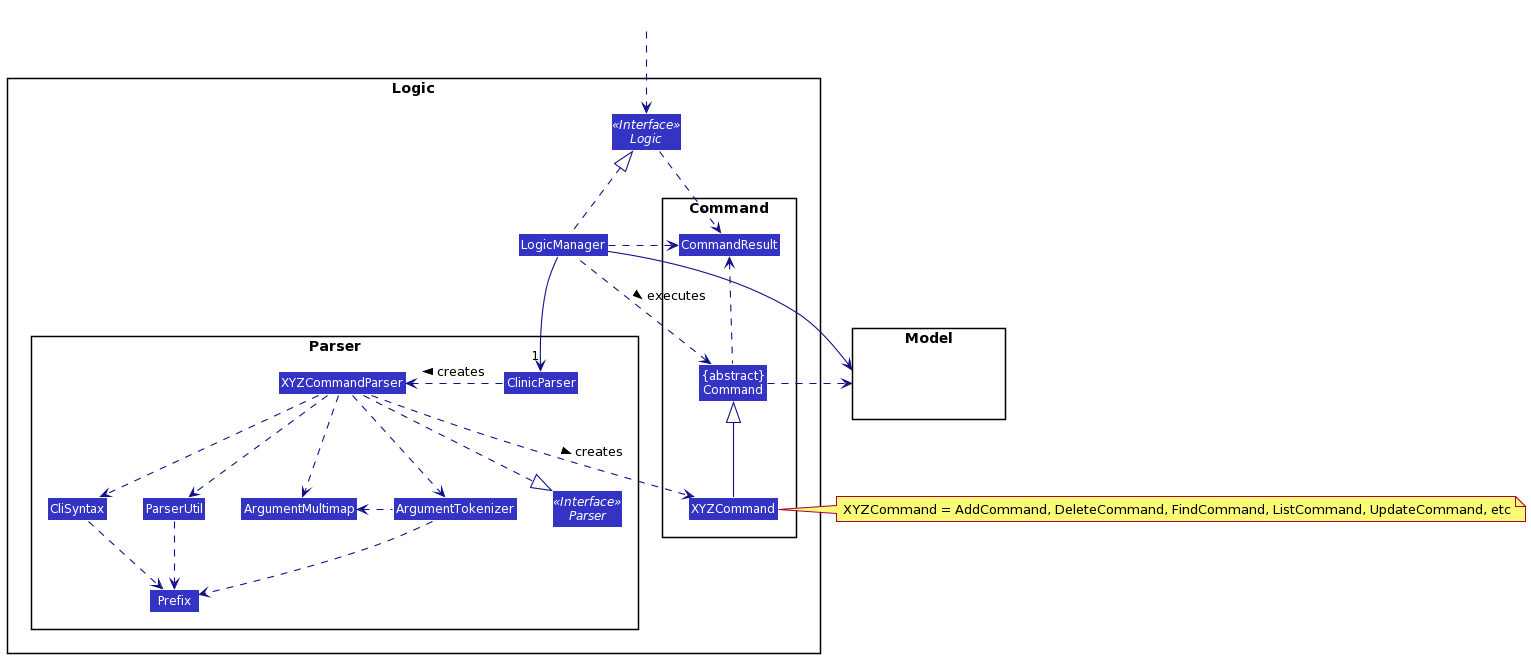
This is docs/images/LogicClassDiagram.png from tohyuting/tp, a PlantUML export, as it was before one commit. The source it was exported from:
```plantuml
@startuml
!define UI_COLOR #1D8900
!define UI_COLOR_T1 #83E769
!define UI_COLOR_T2 #3FC71B
!define UI_COLOR_T3 #166800
!define UI_COLOR_T4 #0E4100

!define LOGIC_COLOR #3333C4
!define LOGIC_COLOR_T1 #C8C8FA
!define LOGIC_COLOR_T2 #6A6ADC
!define LOGIC_COLOR_T3 #1616B0
!define LOGIC_COLOR_T4 #101086

!define MODEL_COLOR #9D0012
!define MODEL_COLOR_T1 #F97181
!define MODEL_COLOR_T2 #E41F36
!define MODEL_COLOR_T3 #7B000E
!define MODEL_COLOR_T4 #51000A

!define STORAGE_COLOR #A38300
!define STORAGE_COLOR_T1 #FFE374
!define STORAGE_COLOR_T2 #EDC520
!define STORAGE_COLOR_T3 #806600
!define STORAGE_COLOR_T2 #544400

!define USER_COLOR #000000

skinparam BackgroundColor #FFFFFFF

skinparam Shadowing false

skinparam Class {
    FontColor #FFFFFF
    BorderThickness 1
    BorderColor #FFFFFF
    StereotypeFontColor #FFFFFF
    FontName Arial
}

skinparam Actor {
    BorderColor USER_COLOR
    Color USER_COLOR
    FontName Arial
}

skinparam Sequence {
    MessageAlign center
    BoxFontSize 15
    BoxPadding 0
    BoxFontColor #FFFFFF
    FontName Arial
}

skinparam Participant {
    FontColor #FFFFFFF
    Padding 20
}

skinparam MinClassWidth 50
skinparam ParticipantPadding 10
skinparam Shadowing false
skinparam DefaultTextAlignment center
skinparam packageStyle Rectangle

hide footbox
hide members
hide circle

skinparam arrowThickness 1.1
skinparam arrowColor LOGIC_COLOR_T4
skinparam classBackgroundColor LOGIC_COLOR

package Logic {

package Parser {
Interface Parser <<Interface>>
Class ClinicParser
Class XYZCommandParser
Class CliSyntax
Class ParserUtil
Class ArgumentMultimap
Class ArgumentTokenizer
Class Prefix
}

package Command {
Class XYZCommand
Class CommandResult
Class "{abstract}\nCommand" as Command
}

Interface Logic <<Interface>>
Class LogicManager
}

package Model{
Class HiddenModel #FFFFFF
}

Class HiddenOutside #FFFFFF
HiddenOutside ..> Logic

LogicManager .up.|> Logic
LogicManager -->"1" ClinicParser
ClinicParser .left.> XYZCommandParser: creates >

XYZCommandParser ..> XYZCommand : creates >
XYZCommandParser ..|> Parser
XYZCommandParser ..> ArgumentMultimap
XYZCommandParser ..> ArgumentTokenizer
ArgumentTokenizer .left.> ArgumentMultimap
XYZCommandParser ..> CliSyntax
CliSyntax ..> Prefix
XYZCommandParser ..> ParserUtil
ParserUtil .down.> Prefix
ArgumentTokenizer .down.> Prefix
XYZCommand -up-|> Command
LogicManager .left.> Command : executes >

LogicManager --> Model
Command .right.> Model
note right of XYZCommand: XYZCommand = AddCommand, DeleteCommand, FindCommand, ListCommand, UpdateCommand, etc

Logic ..> CommandResult
LogicManager .down.> CommandResult
Command .up.> CommandResult
CommandResult -[hidden]-> Parser
@enduml
```
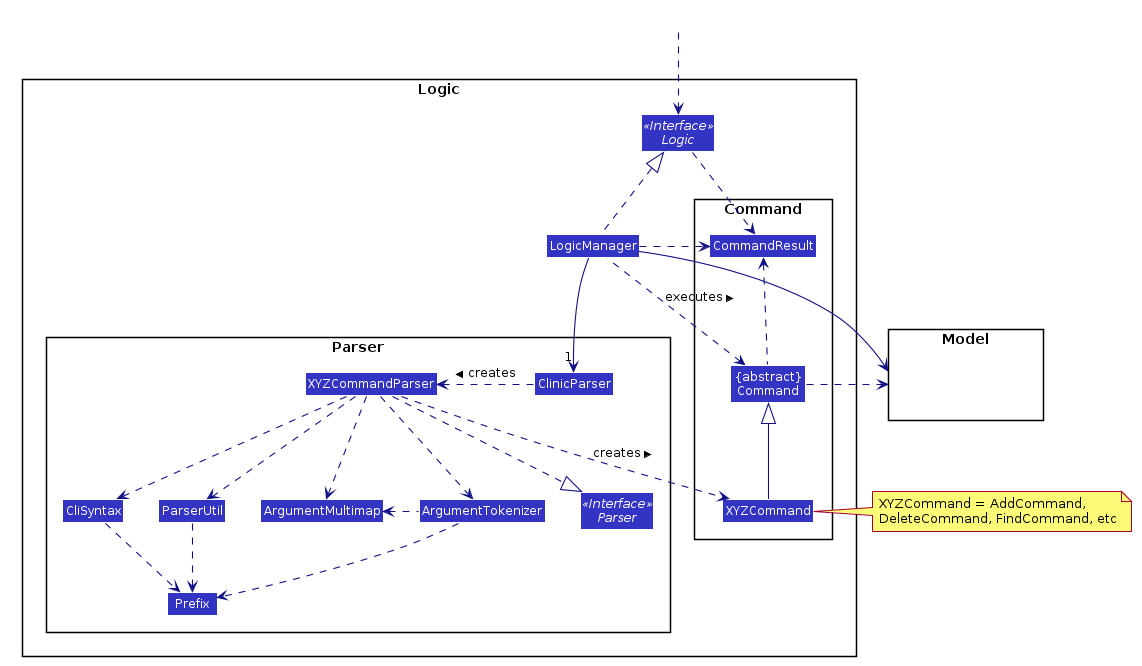
After the change.

Commit message:
Generate PNG images for PlantUML diagrams

Change to the diagram source:
```diff
@@ -1,29 +1,11 @@
 @startuml
-!define UI_COLOR #1D8900
-!define UI_COLOR_T1 #83E769
-!define UI_COLOR_T2 #3FC71B
-!define UI_COLOR_T3 #166800
-!define UI_COLOR_T4 #0E4100
 
-!define LOGIC_COLOR #3333C4
-!define LOGIC_COLOR_T1 #C8C8FA
-!define LOGIC_COLOR_T2 #6A6ADC
-!define LOGIC_COLOR_T3 #1616B0
-!define LOGIC_COLOR_T4 #101086
 
-!define MODEL_COLOR #9D0012
-!define MODEL_COLOR_T1 #F97181
-!define MODEL_COLOR_T2 #E41F36
-!define MODEL_COLOR_T3 #7B000E
-!define MODEL_COLOR_T4 #51000A
 
-!define STORAGE_COLOR #A38300
-!define STORAGE_COLOR_T1 #FFE374
-!define STORAGE_COLOR_T2 #EDC520
-!define STORAGE_COLOR_T3 #806600
-!define STORAGE_COLOR_T2 #544400
 
-!define USER_COLOR #000000
+
+
+
 
 skinparam BackgroundColor #FFFFFFF
 
@@ -38,8 +20,8 @@
 }
 
 skinparam Actor {
-    BorderColor USER_COLOR
-    Color USER_COLOR
+    BorderColor #000000
+    Color #000000
     FontName Arial
 }
 
@@ -65,10 +47,9 @@
 hide footbox
 hide members
 hide circle
-
 skinparam arrowThickness 1.1
-skinparam arrowColor LOGIC_COLOR_T4
-skinparam classBackgroundColor LOGIC_COLOR
+skinparam arrowColor #101086
+skinparam classBackgroundColor #3333C4
 
 package Logic {
 
@@ -119,7 +100,7 @@
 
 LogicManager --> Model
 Command .right.> Model
-note right of XYZCommand: XYZCommand = AddCommand, DeleteCommand, FindCommand, ListCommand, UpdateCommand, etc
+note right of XYZCommand: XYZCommand = AddCommand, \nDeleteCommand, FindCommand, etc
 
 Logic ..> CommandResult
 LogicManager .down.> CommandResult
```
